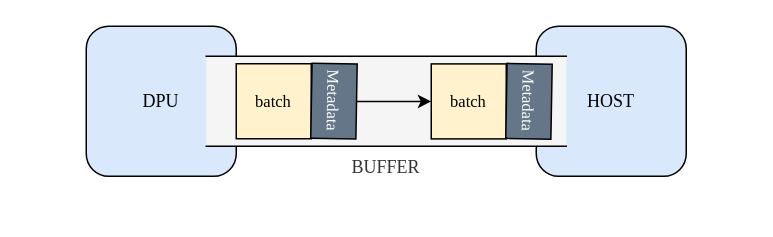
Above: page "第 4 页" (4 of 4) of DPU_flowID.drawio in CHRIS123540/GPU (draw.io), before the change. Source tidied: cells renumbered, new cells numbered last; positions are measured from the earlier drawing's top-left corner, leaving out a move shared by most shapes. Both pictures are drawn from the tidied source at 150%, with x=0, y=0 at pixel (86, 26).
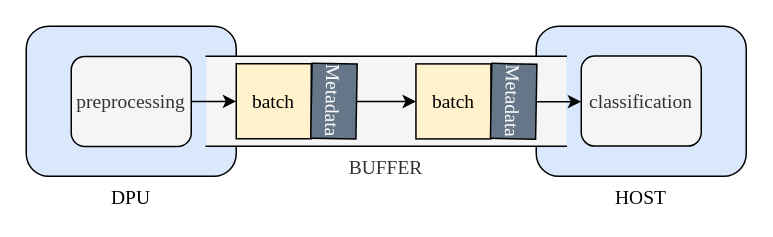
The same page after the edit.

What changed in the source:
```diff
@@
 <mxGraphModel>
   <root>
     <mxCell id="0" />
     <mxCell id="1" parent="0" />
-    <mxCell id="2" value="DPU" style="rounded=1;whiteSpace=wrap;html=1;fontFamily=Times New Roman;fontSize=12;fillColor=#dae8fc;strokeColor=light-dark(#000000, #5c79a3);" parent="1" vertex="1">
-      <mxGeometry width="100" height="100" as="geometry" />
+    <mxCell id="2" value="DPU" style="rounded=1;whiteSpace=wrap;html=1;fontFamily=Times New Roman;fontSize=13;fillColor=#dae8fc;strokeColor=light-dark(#000000,#5C79A3);verticalAlign=top;labelPosition=center;verticalLabelPosition=bottom;align=center;" parent="1" vertex="1">
+      <mxGeometry x="-40" width="140" height="100" as="geometry" />
     </mxCell>
-    <mxCell id="3" value="HOST" style="rounded=1;whiteSpace=wrap;html=1;fontFamily=Times New Roman;fontSize=12;fillColor=#dae8fc;strokeColor=light-dark(#000000, #5c79a3);" parent="1" vertex="1">
-      <mxGeometry x="300" width="100" height="100" as="geometry" />
+    <mxCell id="3" value="HOST" style="rounded=1;whiteSpace=wrap;html=1;fontFamily=Times New Roman;fontSize=13;fillColor=#dae8fc;strokeColor=light-dark(#000000,#5C79A3);labelPosition=center;verticalLabelPosition=bottom;align=center;verticalAlign=top;" parent="1" vertex="1">
+      <mxGeometry x="300" width="140" height="100" as="geometry" />
     </mxCell>
-    <mxCell id="4" value="BUFFER" style="shape=partialRectangle;whiteSpace=wrap;html=1;left=0;right=0;fillColor=#f5f5f5;verticalAlign=top;labelPosition=center;verticalLabelPosition=bottom;align=center;fontFamily=Times New Roman;fontSize=12;fontColor=#333333;strokeColor=light-dark(#000000, #5c79a3);" parent="1" vertex="1">
+    <mxCell id="4" value="BUFFER" style="shape=partialRectangle;whiteSpace=wrap;html=1;left=0;right=0;fillColor=#f5f5f5;verticalAlign=top;labelPosition=center;verticalLabelPosition=bottom;align=center;fontFamily=Times New Roman;fontSize=13;fontColor=#333333;strokeColor=light-dark(#000000,#5C79A3);" parent="1" vertex="1">
       <mxGeometry x="80" y="20" width="240" height="60" as="geometry" />
     </mxCell>
-    <mxCell id="5" value="batch" style="rounded=0;whiteSpace=wrap;html=1;fontFamily=Times New Roman;fontSize=11;fillColor=#fff2cc;strokeColor=light-dark(#000000, #5c79a3);" parent="1" vertex="1">
-      <mxGeometry x="230" y="25.1" width="50" height="50" as="geometry" />
+    <mxCell id="5" value="batch" style="rounded=0;whiteSpace=wrap;html=1;fontFamily=Times New Roman;fontSize=13;fillColor=#fff2cc;strokeColor=light-dark(#000000,#5C79A3);" parent="1" vertex="1">
+      <mxGeometry x="219.8" y="25.1" width="50" height="50" as="geometry" />
     </mxCell>
-    <mxCell id="6" value="Metadata" style="rounded=0;whiteSpace=wrap;html=1;horizontal=0;rotation=-179;fontSize=11;fontFamily=Times New Roman;fillColor=#647687;fontColor=#ffffff;strokeColor=light-dark(#000000, #5c79a3);" parent="1" vertex="1">
-      <mxGeometry x="280.1" y="25" width="30.1" height="50" as="geometry" />
+    <mxCell id="6" value="Metadata" style="rounded=0;whiteSpace=wrap;html=1;horizontal=0;rotation=-179;fontSize=13;fontFamily=Times New Roman;fillColor=#647687;fontColor=#ffffff;strokeColor=light-dark(#000000,#5C79A3);" parent="1" vertex="1">
+      <mxGeometry x="269.9" y="25" width="30.1" height="50" as="geometry" />
     </mxCell>
-    <mxCell id="7" value="batch" style="rounded=0;whiteSpace=wrap;html=1;fontFamily=Times New Roman;fontSize=11;fillColor=#fff2cc;strokeColor=light-dark(#000000, #5c79a3);" parent="1" vertex="1">
+    <mxCell id="7" value="batch" style="rounded=0;whiteSpace=wrap;html=1;fontFamily=Times New Roman;fontSize=13;fillColor=#fff2cc;strokeColor=light-dark(#000000,#5C79A3);" parent="1" vertex="1">
       <mxGeometry x="100" y="25" width="50" height="50" as="geometry" />
     </mxCell>
-    <mxCell id="8" style="edgeStyle=orthogonalEdgeStyle;rounded=0;jettySize=auto;html=1;exitX=0;exitY=0.5;exitDx=0;exitDy=0;entryX=0;entryY=0.5;entryDx=0;entryDy=0;fontFamily=Times New Roman;fontSize=11;strokeColor=light-dark(#000000, #5c79a3);" parent="1" edge="1" source="9" target="5">
+    <mxCell id="8" style="edgeStyle=orthogonalEdgeStyle;rounded=0;jettySize=auto;html=1;exitX=0;exitY=0.5;exitDx=0;exitDy=0;entryX=0;entryY=0.5;entryDx=0;entryDy=0;fontFamily=Times New Roman;fontSize=13;strokeColor=light-dark(#000000,#5C79A3);" parent="1" edge="1" source="9" target="5">
       <mxGeometry relative="1" as="geometry" />
     </mxCell>
-    <mxCell id="9" value="Metadata" style="rounded=0;whiteSpace=wrap;html=1;horizontal=0;rotation=-179;fontSize=11;fontFamily=Times New Roman;fillColor=#647687;strokeColor=light-dark(#000000, #5c79a3);fontColor=#ffffff;" parent="1" vertex="1">
+    <mxCell id="9" value="Metadata" style="rounded=0;whiteSpace=wrap;html=1;horizontal=0;rotation=-179;fontSize=13;fontFamily=Times New Roman;fillColor=#647687;strokeColor=light-dark(#000000,#5C79A3);fontColor=#ffffff;" parent="1" vertex="1">
       <mxGeometry x="150.1" y="24.9" width="30.1" height="50" as="geometry" />
     </mxCell>
+    <mxCell id="10" style="edgeStyle=orthogonalEdgeStyle;rounded=0;jettySize=auto;html=1;exitX=1;exitY=0.5;exitDx=0;exitDy=0;entryX=0;entryY=0.5;entryDx=0;entryDy=0;fontFamily=Times New Roman;fontSize=13;strokeColor=light-dark(#000000,#5C79A3);" parent="1" edge="1" source="11" target="7">
+      <mxGeometry relative="1" as="geometry" />
+    </mxCell>
+    <mxCell id="11" value="preprocessing" style="rounded=1;whiteSpace=wrap;html=1;fillColor=#f5f5f5;fontColor=#333333;strokeColor=light-dark(#000000,#5C79A3);fontFamily=Times New Roman;fontSize=13;" parent="1" vertex="1">
+      <mxGeometry x="-10" y="20.1" width="80" height="60" as="geometry" />
+    </mxCell>
+    <mxCell id="12" value="classification" style="rounded=1;whiteSpace=wrap;html=1;fillColor=#f5f5f5;fontColor=#333333;strokeColor=light-dark(#000000,#5C79A3);fontFamily=Times New Roman;fontSize=13;" parent="1" vertex="1">
+      <mxGeometry x="330" y="19.9" width="80" height="60" as="geometry" />
+    </mxCell>
+    <mxCell id="13" style="edgeStyle=orthogonalEdgeStyle;rounded=0;jettySize=auto;html=1;exitX=0;exitY=0.5;exitDx=0;exitDy=0;entryX=0;entryY=0.5;entryDx=0;entryDy=0;" parent="1" edge="1" source="6" target="12">
+      <mxGeometry relative="1" as="geometry" />
+    </mxCell>
   </root>
 </mxGraphModel>
```
